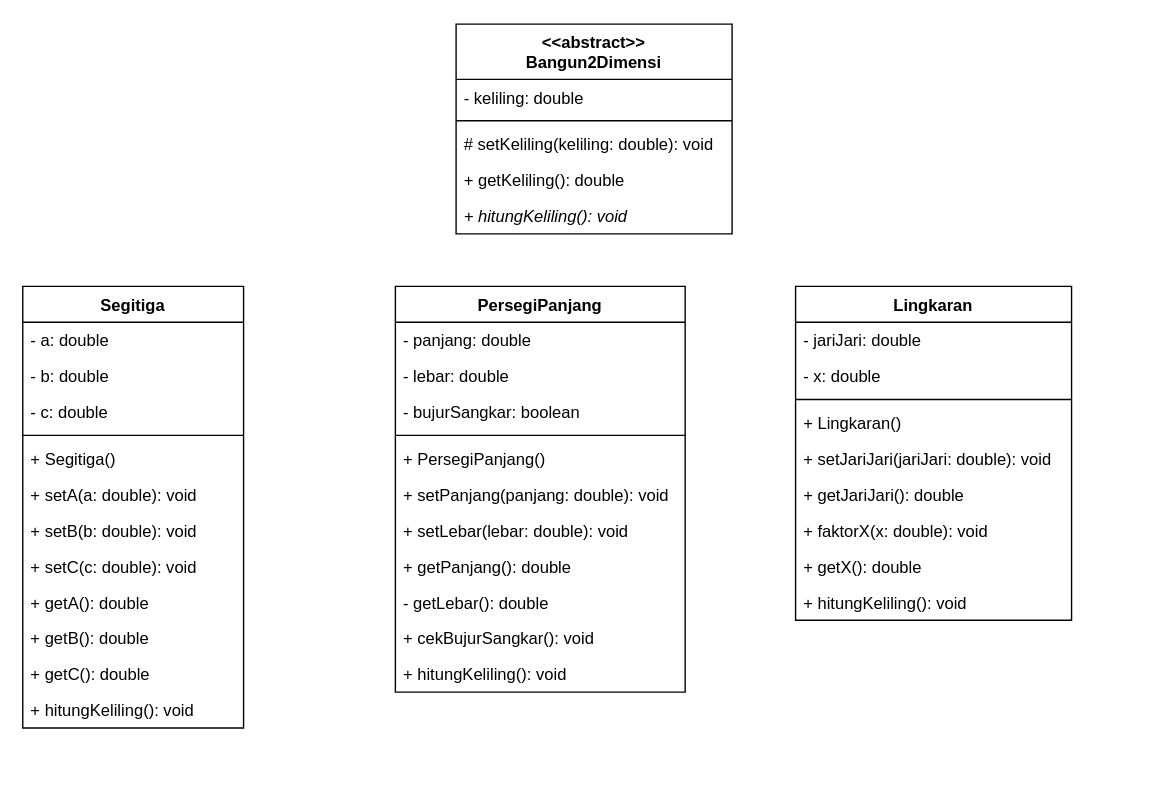
Before: Task02.drawio in freyaldi/unsri-4-OOP, a draw.io diagram. Source tidied: cells renumbered, new cells numbered last; positions are measured from the earlier drawing's top-left corner, leaving out a move shared by most shapes. Both pictures are drawn from the tidied source at 138%, with x=0, y=0 at pixel (22, 23).
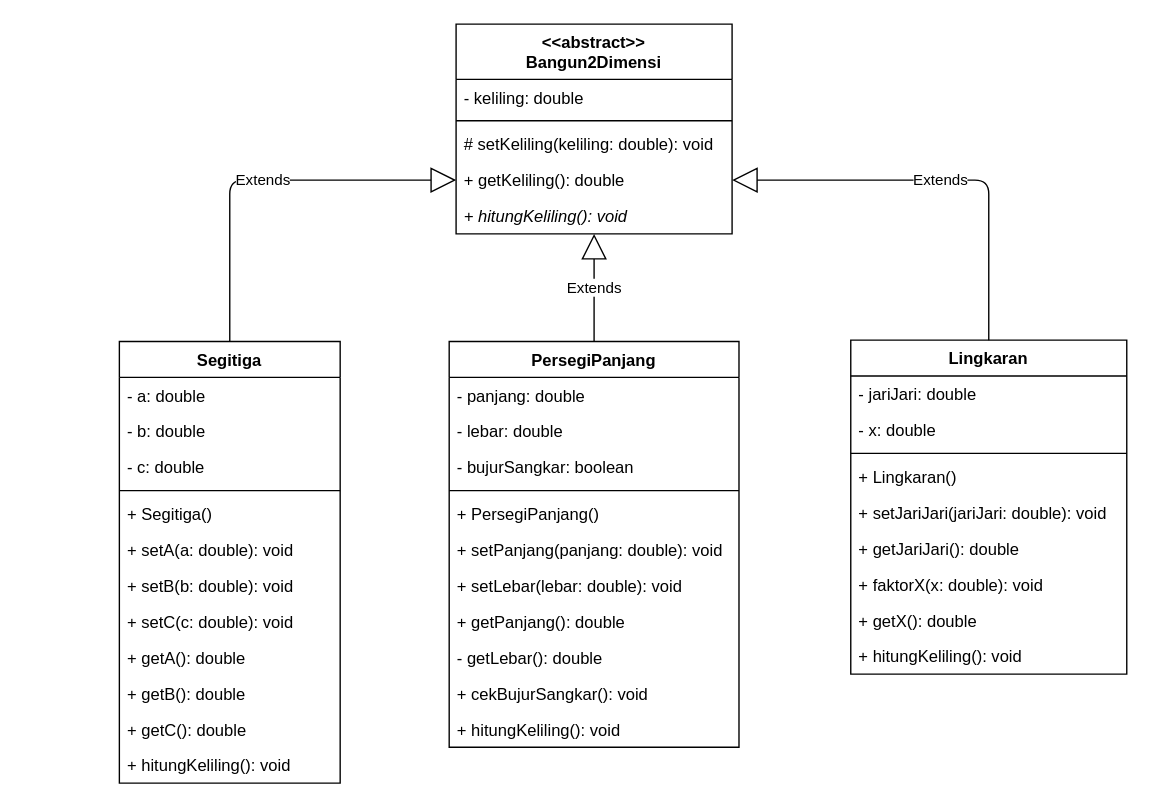
Above is the later version.

Unchanged cells that the change refers to:
```xml
<mxCell id="6" value="+ getKeliling(): double" style="text;strokeColor=none;fillColor=none;align=left;verticalAlign=top;spacingLeft=4;spacingRight=4;overflow=hidden;points=[[0,0.5],[1,0.5]];portConstraint=eastwest;" parent="2" vertex="1">
  <mxGeometry y="100" width="200" height="26" as="geometry" />
</mxCell>
<mxCell id="7" value="+ hitungKeliling(): void" style="text;strokeColor=none;fillColor=none;align=left;verticalAlign=top;spacingLeft=4;spacingRight=4;overflow=hidden;points=[[0,0.5],[1,0.5]];portConstraint=eastwest;fontStyle=2;" parent="2" vertex="1">
  <mxGeometry y="126" width="200" height="26" as="geometry" />
</mxCell>
```

The edit, as a diff of the source:
```diff
@@
+    <mxCell id="43" style="group;" parent="1" vertex="1">
+      <mxGeometry x="70" width="730" height="550" as="geometry" />
+    </mxCell>
-    <mxCell id="2" value="&lt;&lt;abstract&gt;&gt;&#10;Bangun2Dimensi" style="swimlane;fontStyle=1;align=center;verticalAlign=top;horizontal=1;startSize=40;" parent="1" vertex="1">
-      <mxGeometry x="314" width="200" height="152" as="geometry" />
+    <mxCell id="2" value="&lt;&lt;abstract&gt;&gt;&#10;Bangun2Dimensi" style="swimlane;fontStyle=1;align=center;verticalAlign=top;horizontal=1;startSize=40;" parent="43" vertex="1">
+      <mxGeometry x="244" width="200" height="152" as="geometry" />
     </mxCell>
@@
-    <mxCell id="8" value="Segitiga" style="swimlane;fontStyle=1;align=center;verticalAlign=top;horizontal=1;startSize=26;" parent="1" vertex="1">
-      <mxGeometry y="190" width="160" height="320" as="geometry" />
+    <mxCell id="8" value="Segitiga" style="swimlane;fontStyle=1;align=center;verticalAlign=top;horizontal=1;startSize=26;" parent="43" vertex="1">
+      <mxGeometry y="230" width="160" height="320" as="geometry" />
     </mxCell>
@@
-    <mxCell id="21" value="PersegiPanjang" style="swimlane;fontStyle=1;align=center;verticalAlign=top;horizontal=1;startSize=26;" parent="1" vertex="1">
-      <mxGeometry x="270" y="190" width="210" height="294" as="geometry" />
+    <mxCell id="21" value="PersegiPanjang" style="swimlane;fontStyle=1;align=center;verticalAlign=top;horizontal=1;startSize=26;" parent="43" vertex="1">
+      <mxGeometry x="239" y="230" width="210" height="294" as="geometry" />
     </mxCell>
@@
-    <mxCell id="33" value="Lingkaran" style="swimlane;fontStyle=1;align=center;verticalAlign=top;horizontal=1;startSize=26;" parent="1" vertex="1">
-      <mxGeometry x="560" y="190" width="200" height="242" as="geometry" />
+    <mxCell id="33" value="Lingkaran" style="swimlane;fontStyle=1;align=center;verticalAlign=top;horizontal=1;startSize=26;" parent="43" vertex="1">
+      <mxGeometry x="530" y="229" width="200" height="242" as="geometry" />
     </mxCell>
@@
+    <mxCell id="44" value="Extends" style="endArrow=block;endSize=16;endFill=0;html=1;exitX=0.5;exitY=0;exitDx=0;exitDy=0;" parent="43" edge="1" source="21" target="7">
+      <mxGeometry relative="1" as="geometry" />
+    </mxCell>
+    <mxCell id="45" value="Extends" style="endArrow=block;endSize=16;endFill=0;html=1;entryX=0;entryY=0.5;entryDx=0;entryDy=0;exitX=0.5;exitY=0;exitDx=0;exitDy=0;" parent="43" edge="1" source="8" target="6">
+      <mxGeometry relative="1" as="geometry">
+        <Array as="points">
+          <mxPoint x="80" y="113" />
+        </Array>
+      </mxGeometry>
+    </mxCell>
+    <mxCell id="46" value="Extends" style="endArrow=block;endSize=16;endFill=0;html=1;exitX=0.5;exitY=0;exitDx=0;exitDy=0;entryX=1;entryY=0.5;entryDx=0;entryDy=0;" parent="43" edge="1" source="33" target="6">
+      <mxGeometry relative="1" as="geometry">
+        <Array as="points">
+          <mxPoint x="630" y="113" />
+        </Array>
+      </mxGeometry>
+    </mxCell>
```
